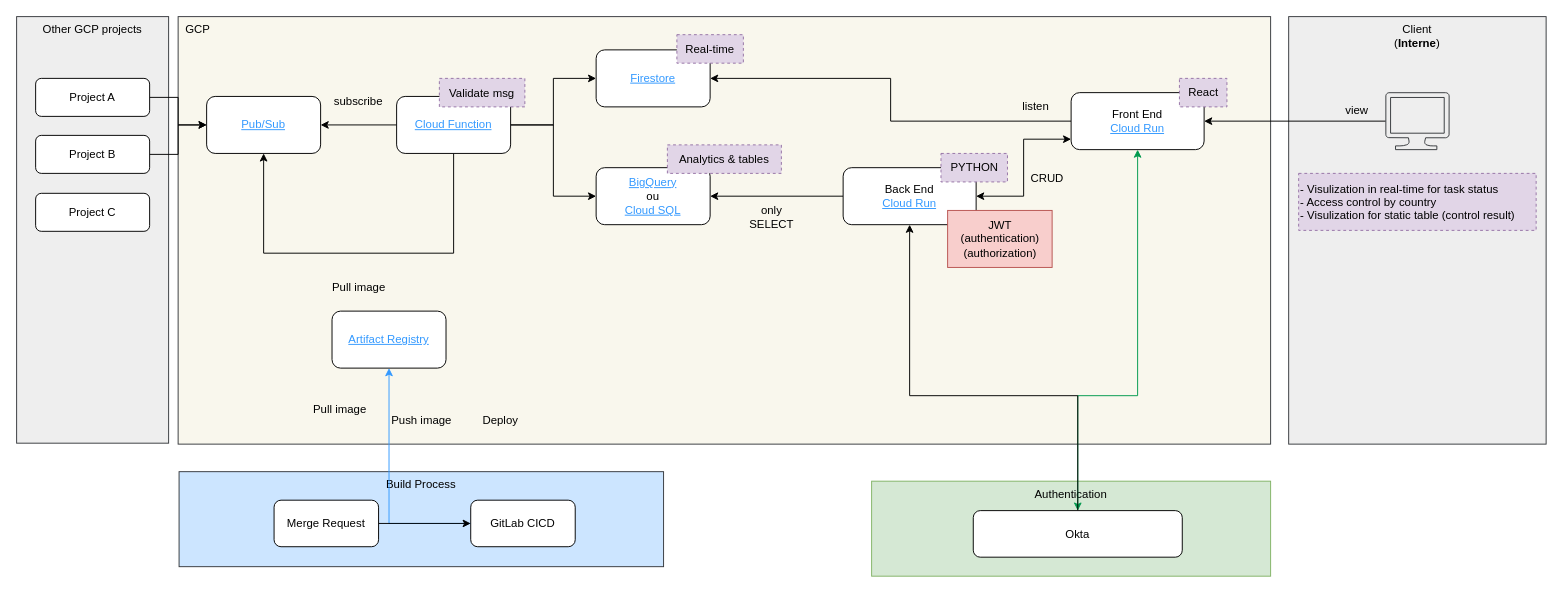
Above: suivi_run.drawio in wunyu/drawio (draw.io), before the change. Source tidied: cells renumbered, new cells numbered last; positions are measured from the earlier drawing's top-left corner, leaving out a move shared by most shapes. Both pictures are drawn from the tidied source at 95%, with x=0, y=0 at pixel (16, 16).
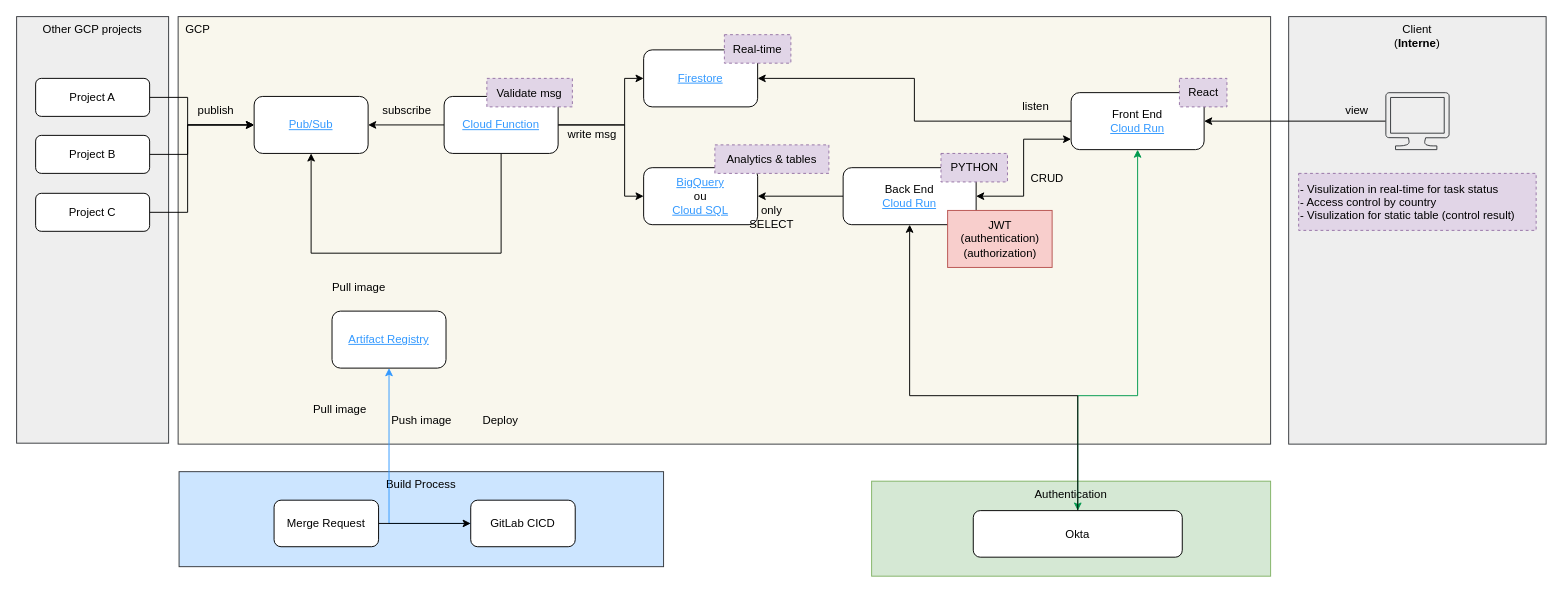
After the change.

Unchanged cells that the change refers to:
```xml
<mxCell id="38" value="&lt;div&gt;Project A&lt;/div&gt;" style="rounded=1;whiteSpace=wrap;html=1;" parent="1" vertex="1">
  <mxGeometry x="20" y="65" width="120" height="40" as="geometry" />
</mxCell>
<mxCell id="40" value="&lt;div&gt;Project B&lt;/div&gt;" style="rounded=1;whiteSpace=wrap;html=1;" parent="1" vertex="1">
  <mxGeometry x="20" y="125" width="120" height="40" as="geometry" />
</mxCell>
<mxCell id="41" value="&lt;div&gt;Project C&lt;/div&gt;" style="rounded=1;whiteSpace=wrap;html=1;" parent="1" vertex="1">
  <mxGeometry x="20" y="186" width="120" height="40" as="geometry" />
</mxCell>
```

Diff of the diagram source:
```diff
@@
     <mxCell id="11" value="&lt;font style=&quot;color: rgb(51, 153, 255);&quot;&gt;&lt;u&gt;BigQuery&lt;/u&gt;&lt;/font&gt;&lt;div&gt;ou&lt;/div&gt;&lt;div&gt;&lt;font color=&quot;#3399ff&quot;&gt;&lt;u&gt;Cloud SQL&lt;/u&gt;&lt;/font&gt;&lt;/div&gt;" style="rounded=1;whiteSpace=wrap;html=1;" parent="1" vertex="1">
-      <mxGeometry x="610" y="159" width="120" height="60" as="geometry" />
+      <mxGeometry x="660" y="159" width="120" height="60" as="geometry" />
     </mxCell>
@@
     <mxCell id="14" value="&lt;font style=&quot;color: rgb(51, 153, 255);&quot;&gt;&lt;u&gt;Pub/Sub&lt;br&gt;&lt;/u&gt;&lt;/font&gt;" style="rounded=1;whiteSpace=wrap;html=1;" parent="1" vertex="1">
-      <mxGeometry x="200" y="84" width="120" height="60" as="geometry" />
+      <mxGeometry x="250" y="84" width="120" height="60" as="geometry" />
     </mxCell>
@@
     <mxCell id="28" value="&lt;font color=&quot;#3399ff&quot;&gt;&lt;u&gt;Firestore&lt;/u&gt;&lt;/font&gt;" style="rounded=1;whiteSpace=wrap;html=1;" parent="1" vertex="1">
-      <mxGeometry x="610" y="35" width="120" height="60" as="geometry" />
+      <mxGeometry x="660" y="35" width="120" height="60" as="geometry" />
     </mxCell>
+    <mxCell id="31" style="edgeStyle=orthogonalEdgeStyle;rounded=0;jettySize=auto;html=1;entryX=1;entryY=0.5;entryDx=0;entryDy=0;" parent="1" edge="1" source="33" target="14">
+      <mxGeometry relative="1" as="geometry" />
+    </mxCell>
+    <mxCell id="32" style="edgeStyle=orthogonalEdgeStyle;rounded=0;jettySize=auto;html=1;entryX=0.5;entryY=1;entryDx=0;entryDy=0;" parent="1" edge="1" source="33" target="14">
+      <mxGeometry relative="1" as="geometry">
+        <Array as="points">
+          <mxPoint x="510" y="249" />
+          <mxPoint x="310" y="249" />
+        </Array>
+      </mxGeometry>
+    </mxCell>
     <mxCell id="29" style="edgeStyle=orthogonalEdgeStyle;rounded=0;jettySize=auto;html=1;" parent="1" edge="1" source="33" target="28">
-      <mxGeometry relative="1" as="geometry" />
+      <mxGeometry relative="1" as="geometry">
+        <Array as="points">
+          <mxPoint x="640" y="114" />
+          <mxPoint x="640" y="65" />
+        </Array>
+      </mxGeometry>
     </mxCell>
     <mxCell id="30" style="edgeStyle=orthogonalEdgeStyle;rounded=0;jettySize=auto;html=1;entryX=0;entryY=0.5;entryDx=0;entryDy=0;" parent="1" edge="1" source="33" target="11">
-      <mxGeometry relative="1" as="geometry" />
+      <mxGeometry relative="1" as="geometry">
+        <Array as="points">
+          <mxPoint x="640" y="114" />
+          <mxPoint x="640" y="189" />
+        </Array>
+      </mxGeometry>
     </mxCell>
-    <mxCell id="31" style="edgeStyle=orthogonalEdgeStyle;rounded=0;jettySize=auto;html=1;entryX=1;entryY=0.5;entryDx=0;entryDy=0;" parent="1" edge="1" source="33" target="14">
-      <mxGeometry relative="1" as="geometry" />
-    </mxCell>
-    <mxCell id="32" style="edgeStyle=orthogonalEdgeStyle;rounded=0;jettySize=auto;html=1;entryX=0.5;entryY=1;entryDx=0;entryDy=0;" parent="1" edge="1" source="33" target="14">
-      <mxGeometry relative="1" as="geometry">
-        <Array as="points">
-          <mxPoint x="460" y="249" />
-          <mxPoint x="260" y="249" />
-        </Array>
-      </mxGeometry>
-    </mxCell>
     <mxCell id="33" value="&lt;font color=&quot;#3399ff&quot;&gt;&lt;u&gt;Cloud Function&lt;/u&gt;&lt;/font&gt;" style="rounded=1;whiteSpace=wrap;html=1;" parent="1" vertex="1">
-      <mxGeometry x="400" y="84" width="120" height="60" as="geometry" />
+      <mxGeometry x="450" y="84" width="120" height="60" as="geometry" />
     </mxCell>
@@
     <mxCell id="37" style="edgeStyle=orthogonalEdgeStyle;rounded=0;jettySize=auto;html=1;" parent="1" edge="1" source="38" target="14">
-      <mxGeometry relative="1" as="geometry" />
+      <mxGeometry relative="1" as="geometry">
+        <Array as="points">
+          <mxPoint x="180" y="85" />
+          <mxPoint x="180" y="114" />
+        </Array>
+      </mxGeometry>
     </mxCell>
@@
     <mxCell id="39" style="edgeStyle=orthogonalEdgeStyle;rounded=0;jettySize=auto;html=1;" parent="1" edge="1" source="40" target="14">
-      <mxGeometry relative="1" as="geometry" />
+      <mxGeometry relative="1" as="geometry">
+        <Array as="points">
+          <mxPoint x="180" y="145" />
+          <mxPoint x="180" y="114" />
+        </Array>
+      </mxGeometry>
     </mxCell>
@@
+    <mxCell id="51" style="edgeStyle=orthogonalEdgeStyle;rounded=0;jettySize=auto;html=1;entryX=0;entryY=0.5;entryDx=0;entryDy=0;" parent="1" edge="1" source="41" target="14">
+      <mxGeometry relative="1" as="geometry">
+        <Array as="points">
+          <mxPoint x="180" y="206" />
+          <mxPoint x="180" y="114" />
+        </Array>
+      </mxGeometry>
+    </mxCell>
@@
     <mxCell id="42" value="Real-time" style="text;align=center;verticalAlign=middle;strokeColor=#9673a6;fillColor=#e1d5e7;dashed=1;" parent="1" vertex="1">
-      <mxGeometry x="695" y="19" width="70" height="30" as="geometry" />
+      <mxGeometry x="745" y="19" width="70" height="30" as="geometry" />
     </mxCell>
     <mxCell id="43" value="Analytics &amp; tables" style="text;align=center;verticalAlign=middle;strokeColor=#9673a6;fillColor=#e1d5e7;dashed=1;" parent="1" vertex="1">
-      <mxGeometry x="685" y="135" width="120" height="30" as="geometry" />
+      <mxGeometry x="735" y="135" width="120" height="30" as="geometry" />
     </mxCell>
     <mxCell id="44" value="subscribe" style="text;html=1;whiteSpace=wrap;strokeColor=none;fillColor=none;align=center;verticalAlign=middle;rounded=0;" parent="1" vertex="1">
-      <mxGeometry x="330" y="75" width="60" height="30" as="geometry" />
+      <mxGeometry x="381" y="84" width="60" height="30" as="geometry" />
     </mxCell>
@@
     <mxCell id="46" value="Validate msg" style="text;align=center;verticalAlign=middle;strokeColor=#9673a6;fillColor=#e1d5e7;dashed=1;" parent="1" vertex="1">
-      <mxGeometry x="445" y="65" width="90" height="30" as="geometry" />
+      <mxGeometry x="495" y="65" width="90" height="30" as="geometry" />
     </mxCell>
@@
+    <mxCell id="52" value="write msg" style="text;html=1;whiteSpace=wrap;strokeColor=none;fillColor=none;align=center;verticalAlign=middle;rounded=0;" parent="1" vertex="1">
+      <mxGeometry x="576" y="109" width="60" height="30" as="geometry" />
+    </mxCell>
+    <mxCell id="53" value="publish" style="text;html=1;whiteSpace=wrap;strokeColor=none;fillColor=none;align=center;verticalAlign=middle;rounded=0;" parent="1" vertex="1">
+      <mxGeometry x="180" y="84" width="60" height="30" as="geometry" />
+    </mxCell>
```
